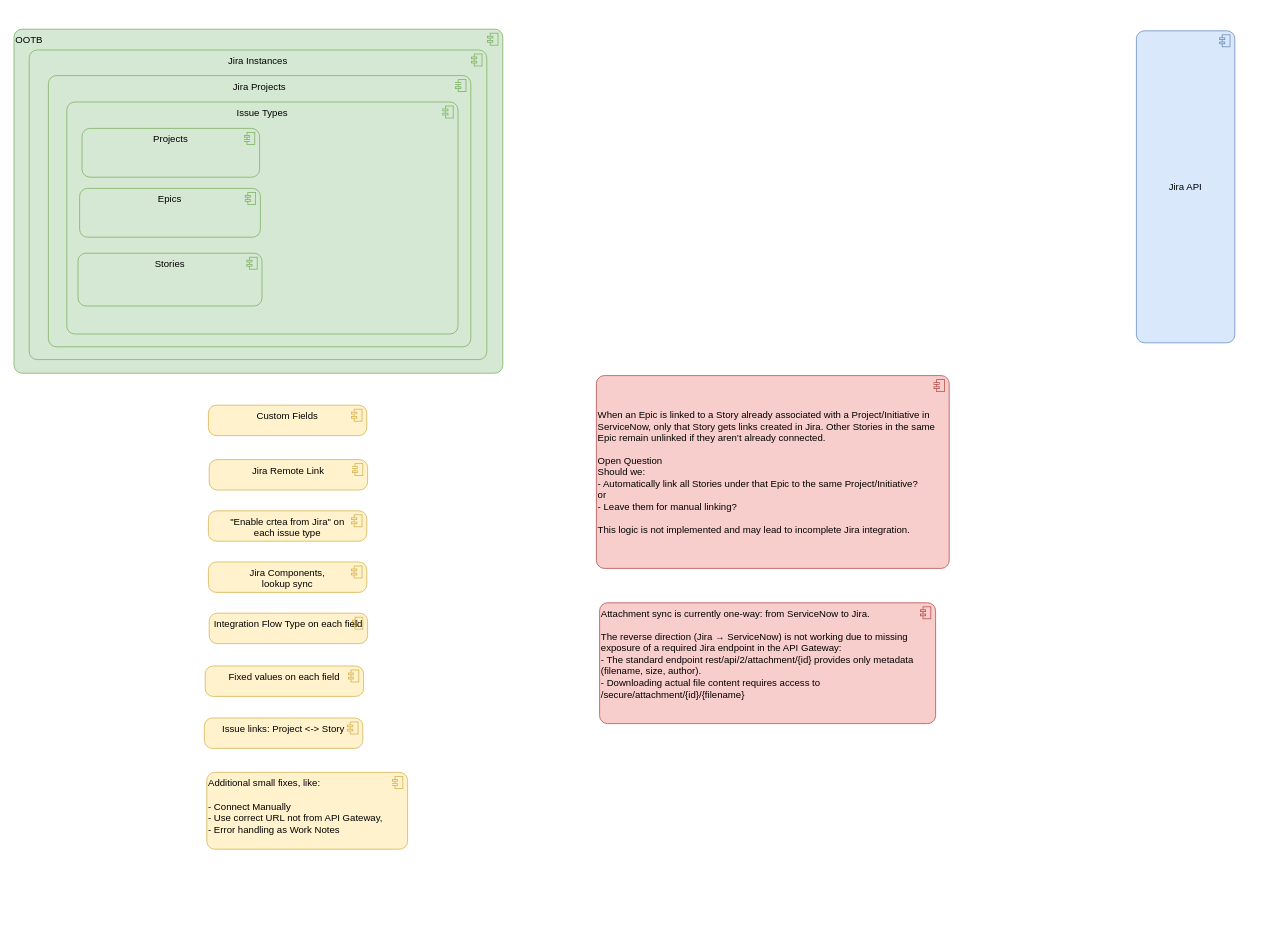
Above: page "ootb" (4 of 9) of Rossmann.drawio in algimas/tmp (draw.io), before the change. Source tidied: cells renumbered, new cells numbered last; positions are measured from the earlier drawing's top-left corner, leaving out a move shared by most shapes. Both pictures are drawn from the tidied source at 80%, with x=0, y=0 at pixel (14, 29).
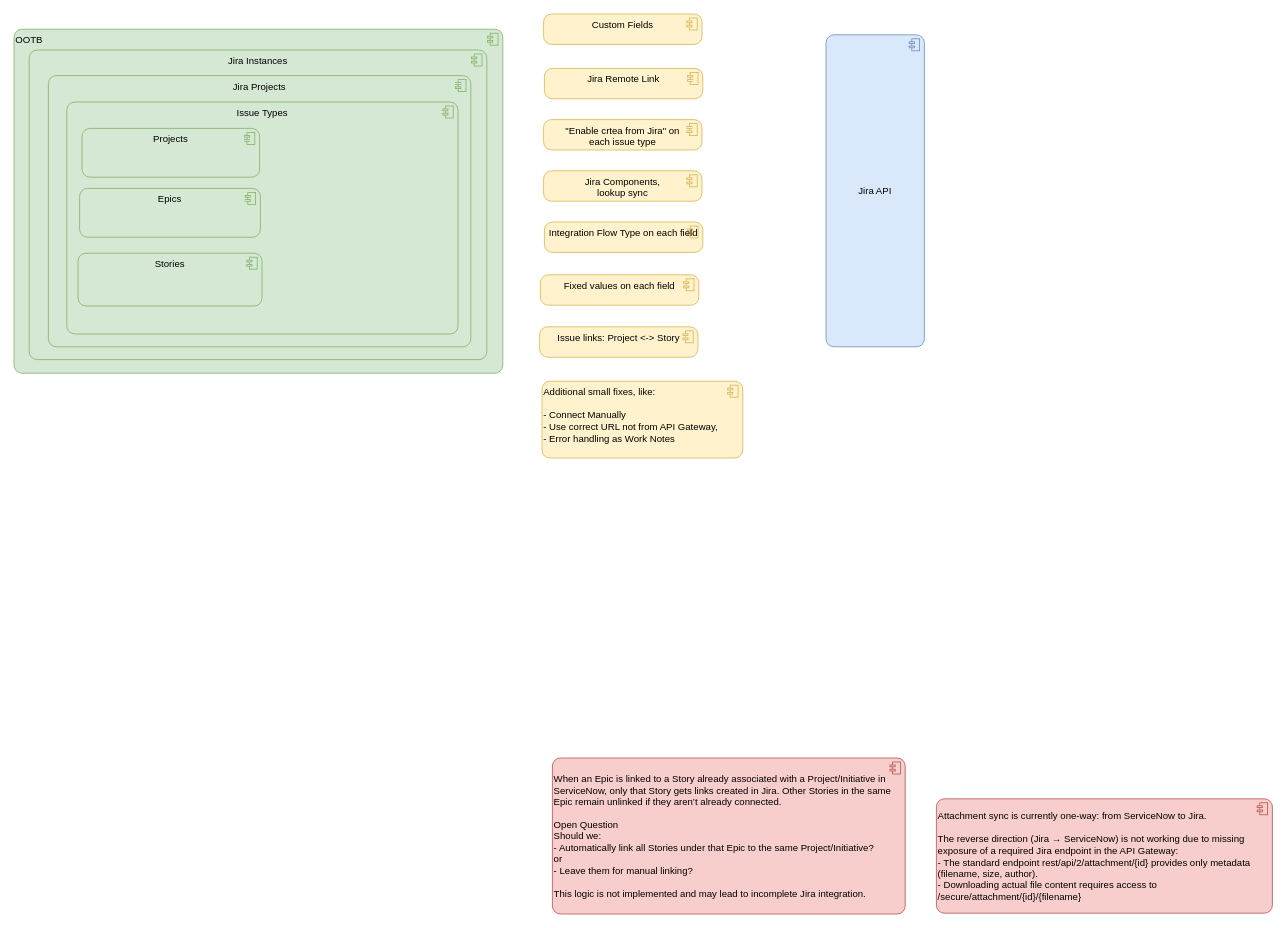
The same page after the edit.

Diff of the diagram source:
```diff
@@
 <mxGraphModel>
   <root>
     <mxCell id="0" />
     <mxCell id="1" parent="0" />
     <mxCell id="2" value="OOTB" style="html=1;whiteSpace=wrap;fillColor=#d5e8d4;shape=mxgraph.archimate3.application;appType=comp;archiType=rounded;strokeColor=#82b366;verticalAlign=top;fontStyle=0;align=left;" parent="1" vertex="1">
       <mxGeometry width="611" height="430" as="geometry" />
     </mxCell>
     <mxCell id="3" value="Jira Instances" style="html=1;whiteSpace=wrap;fillColor=#d5e8d4;shape=mxgraph.archimate3.application;appType=comp;archiType=rounded;strokeColor=#82b366;verticalAlign=top;fontStyle=0;" parent="1" vertex="1">
       <mxGeometry x="19" y="26" width="572" height="387" as="geometry" />
     </mxCell>
     <mxCell id="4" value="Jira Projects" style="html=1;whiteSpace=wrap;fillColor=#d5e8d4;shape=mxgraph.archimate3.application;appType=comp;archiType=rounded;strokeColor=#82b366;verticalAlign=top;fontStyle=0;" parent="1" vertex="1">
       <mxGeometry x="43" y="58" width="528" height="339" as="geometry" />
     </mxCell>
     <mxCell id="5" value="Issue Types" style="html=1;whiteSpace=wrap;fillColor=#d5e8d4;shape=mxgraph.archimate3.application;appType=comp;archiType=rounded;strokeColor=#82b366;verticalAlign=top;fontStyle=0;" parent="1" vertex="1">
       <mxGeometry x="66" y="91" width="489" height="290" as="geometry" />
     </mxCell>
     <mxCell id="6" value="Projects" style="html=1;whiteSpace=wrap;fillColor=#d5e8d4;shape=mxgraph.archimate3.application;appType=comp;archiType=rounded;strokeColor=#82b366;verticalAlign=top;fontStyle=0;" parent="1" vertex="1">
       <mxGeometry x="85" y="124" width="222" height="61" as="geometry" />
     </mxCell>
     <mxCell id="7" value="Epics" style="html=1;whiteSpace=wrap;fillColor=#d5e8d4;shape=mxgraph.archimate3.application;appType=comp;archiType=rounded;strokeColor=#82b366;verticalAlign=top;fontStyle=0;" parent="1" vertex="1">
       <mxGeometry x="82" y="199" width="226" height="61" as="geometry" />
     </mxCell>
     <mxCell id="8" value="Stories" style="html=1;whiteSpace=wrap;fillColor=#d5e8d4;shape=mxgraph.archimate3.application;appType=comp;archiType=rounded;strokeColor=#82b366;verticalAlign=top;fontStyle=0;" parent="1" vertex="1">
       <mxGeometry x="80" y="280" width="230" height="66" as="geometry" />
     </mxCell>
     <mxCell id="9" value="Custom Fields" style="html=1;whiteSpace=wrap;fillColor=#fff2cc;shape=mxgraph.archimate3.application;appType=comp;archiType=rounded;strokeColor=#d6b656;verticalAlign=top;fontStyle=0;" parent="1" vertex="1">
-      <mxGeometry x="243" y="470" width="198" height="38" as="geometry" />
+      <mxGeometry x="662" y="-19" width="198" height="38" as="geometry" />
     </mxCell>
     <mxCell id="10" value="Jira Remote Link" style="html=1;whiteSpace=wrap;fillColor=#fff2cc;shape=mxgraph.archimate3.application;appType=comp;archiType=rounded;strokeColor=#d6b656;verticalAlign=top;fontStyle=0;" parent="1" vertex="1">
-      <mxGeometry x="244" y="538" width="198" height="38" as="geometry" />
+      <mxGeometry x="663" y="49" width="198" height="38" as="geometry" />
     </mxCell>
     <mxCell id="11" value="Additional small fixes, like:&lt;div&gt;&lt;br&gt;&lt;div&gt;- Connect Manually&lt;/div&gt;&lt;div&gt;- Use correct URL not from API Gateway,&lt;/div&gt;&lt;div&gt;- Error handling as Work Notes&lt;/div&gt;&lt;/div&gt;" style="html=1;whiteSpace=wrap;fillColor=#fff2cc;shape=mxgraph.archimate3.application;appType=comp;archiType=rounded;strokeColor=#d6b656;verticalAlign=top;fontStyle=0;align=left;" parent="1" vertex="1">
-      <mxGeometry x="241" y="929" width="251" height="96" as="geometry" />
+      <mxGeometry x="660" y="440" width="251" height="96" as="geometry" />
     </mxCell>
     <mxCell id="12" value="&quot;Enable crtea from Jira&quot; on&lt;div&gt;each issue type&lt;/div&gt;" style="html=1;whiteSpace=wrap;fillColor=#fff2cc;shape=mxgraph.archimate3.application;appType=comp;archiType=rounded;strokeColor=#d6b656;verticalAlign=top;fontStyle=0;" parent="1" vertex="1">
-      <mxGeometry x="243" y="602" width="198" height="38" as="geometry" />
+      <mxGeometry x="662" y="113" width="198" height="38" as="geometry" />
     </mxCell>
     <mxCell id="13" value="Jira Components,&lt;div&gt;lookup sync&lt;/div&gt;" style="html=1;whiteSpace=wrap;fillColor=#fff2cc;shape=mxgraph.archimate3.application;appType=comp;archiType=rounded;strokeColor=#d6b656;verticalAlign=top;fontStyle=0;" parent="1" vertex="1">
-      <mxGeometry x="243" y="666" width="198" height="38" as="geometry" />
+      <mxGeometry x="662" y="177" width="198" height="38" as="geometry" />
     </mxCell>
     <mxCell id="14" value="Integration Flow Type on each field" style="html=1;whiteSpace=wrap;fillColor=#fff2cc;shape=mxgraph.archimate3.application;appType=comp;archiType=rounded;strokeColor=#d6b656;verticalAlign=top;fontStyle=0;" parent="1" vertex="1">
-      <mxGeometry x="244" y="730" width="198" height="38" as="geometry" />
+      <mxGeometry x="663" y="241" width="198" height="38" as="geometry" />
     </mxCell>
     <mxCell id="15" value="Fixed values on each field" style="html=1;whiteSpace=wrap;fillColor=#fff2cc;shape=mxgraph.archimate3.application;appType=comp;archiType=rounded;strokeColor=#d6b656;verticalAlign=top;fontStyle=0;" parent="1" vertex="1">
-      <mxGeometry x="239" y="796" width="198" height="38" as="geometry" />
+      <mxGeometry x="658" y="307" width="198" height="38" as="geometry" />
     </mxCell>
     <mxCell id="16" value="Issue links: Project &amp;lt;-&amp;gt; Story" style="html=1;whiteSpace=wrap;fillColor=#fff2cc;shape=mxgraph.archimate3.application;appType=comp;archiType=rounded;strokeColor=#d6b656;verticalAlign=top;fontStyle=0;" parent="1" vertex="1">
-      <mxGeometry x="238" y="861" width="198" height="38" as="geometry" />
+      <mxGeometry x="657" y="372" width="198" height="38" as="geometry" />
     </mxCell>
     <mxCell id="17" value="&lt;div&gt;When an Epic is linked to a Story already associated with a Project/Initiative in ServiceNow, only that Story gets links created in Jira. Other Stories in the same Epic remain unlinked if they aren’t already connected.&lt;/div&gt;&lt;div&gt;&lt;br&gt;&lt;/div&gt;&lt;div&gt;Open Question&lt;/div&gt;&lt;div&gt;Should we:&lt;/div&gt;&lt;div&gt;- Automatically link all Stories under that Epic to the same Project/Initiative?&lt;/div&gt;&lt;div&gt;or&lt;/div&gt;&lt;div&gt;- Leave them for manual linking?&lt;/div&gt;&lt;div&gt;&lt;br&gt;&lt;/div&gt;&lt;div&gt;This logic is not implemented and may lead to incomplete Jira integration.&lt;/div&gt;" style="html=1;whiteSpace=wrap;fillColor=#f8cecc;shape=mxgraph.archimate3.application;appType=comp;archiType=rounded;strokeColor=#b85450;verticalAlign=middle;fontStyle=0;align=left;" parent="1" vertex="1">
-      <mxGeometry x="728" y="433" width="441" height="241" as="geometry" />
+      <mxGeometry x="673" y="911" width="441" height="195" as="geometry" />
     </mxCell>
-    <mxCell id="18" value="&lt;div&gt;Attachment sync is currently one-way: from ServiceNow to Jira.&lt;/div&gt;&lt;div&gt;&lt;br&gt;&lt;/div&gt;&lt;div&gt;The reverse direction (Jira → ServiceNow) is not working due to missing exposure of a required Jira endpoint in the API Gateway:&lt;/div&gt;&lt;div&gt;- The standard endpoint rest/api/2/attachment/{id} provides only metadata (filename, size, author).&lt;/div&gt;&lt;div&gt;- Downloading actual file content requires access to /secure/attachment/{id}/{filename}&lt;/div&gt;" style="html=1;whiteSpace=wrap;fillColor=#f8cecc;shape=mxgraph.archimate3.application;appType=comp;archiType=rounded;strokeColor=#b85450;verticalAlign=top;fontStyle=0;align=left;" parent="1" vertex="1">
-      <mxGeometry x="732" y="717" width="420" height="151" as="geometry" />
+    <mxCell id="18" value="&lt;div&gt;Attachment sync is currently one-way: from ServiceNow to Jira.&lt;/div&gt;&lt;div&gt;&lt;br&gt;&lt;/div&gt;&lt;div&gt;The reverse direction (Jira → ServiceNow) is not working due to missing exposure of a required Jira endpoint in the API Gateway:&lt;/div&gt;&lt;div&gt;- The standard endpoint rest/api/2/attachment/{id} provides only metadata (filename, size, author).&lt;/div&gt;&lt;div&gt;- Downloading actual file content requires access to /secure/attachment/{id}/{filename}&lt;/div&gt;" style="html=1;whiteSpace=wrap;fillColor=#f8cecc;shape=mxgraph.archimate3.application;appType=comp;archiType=rounded;strokeColor=#b85450;verticalAlign=middle;fontStyle=0;align=left;" parent="1" vertex="1">
+      <mxGeometry x="1153" y="962" width="420" height="143" as="geometry" />
     </mxCell>
     <mxCell id="19" value="Jira API" style="html=1;whiteSpace=wrap;fillColor=#dae8fc;shape=mxgraph.archimate3.application;appType=comp;archiType=rounded;strokeColor=#6c8ebf;verticalAlign=middle;fontStyle=0;" parent="1" vertex="1">
-      <mxGeometry x="1403" y="2" width="123" height="390" as="geometry" />
+      <mxGeometry x="1015" y="7" width="123" height="390" as="geometry" />
     </mxCell>
   </root>
 </mxGraphModel>
```
